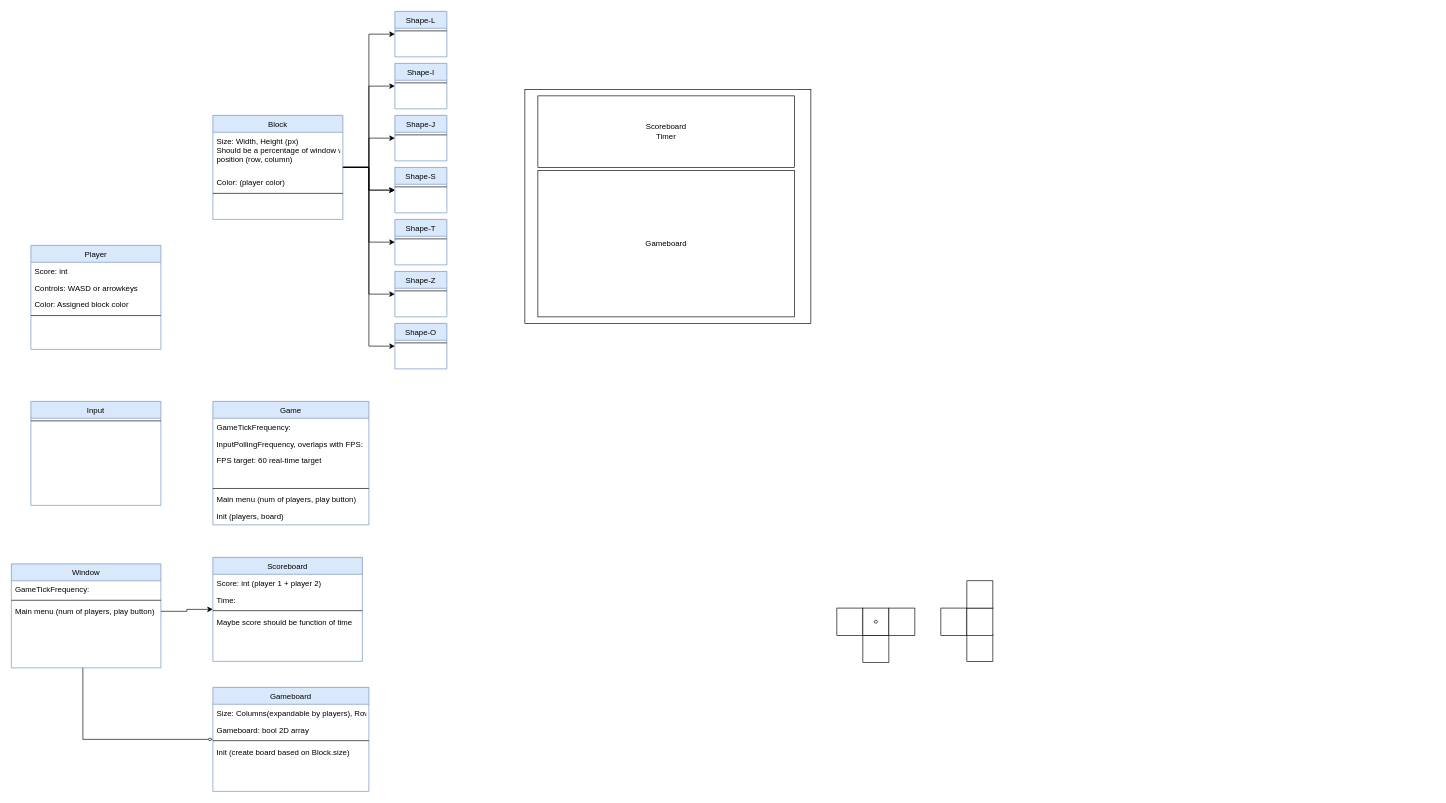
This is Concurrent Tetris Class Diagram.drawio from MennoScholten/RTS2_20220524, a draw.io file, before an edit. Source tidied: cells renumbered, new cells numbered last; positions are measured from the earlier drawing's top-left corner, leaving out a move shared by most shapes. Both pictures are drawn from the tidied source at 65%, with x=0, y=0 at pixel (11, 11).
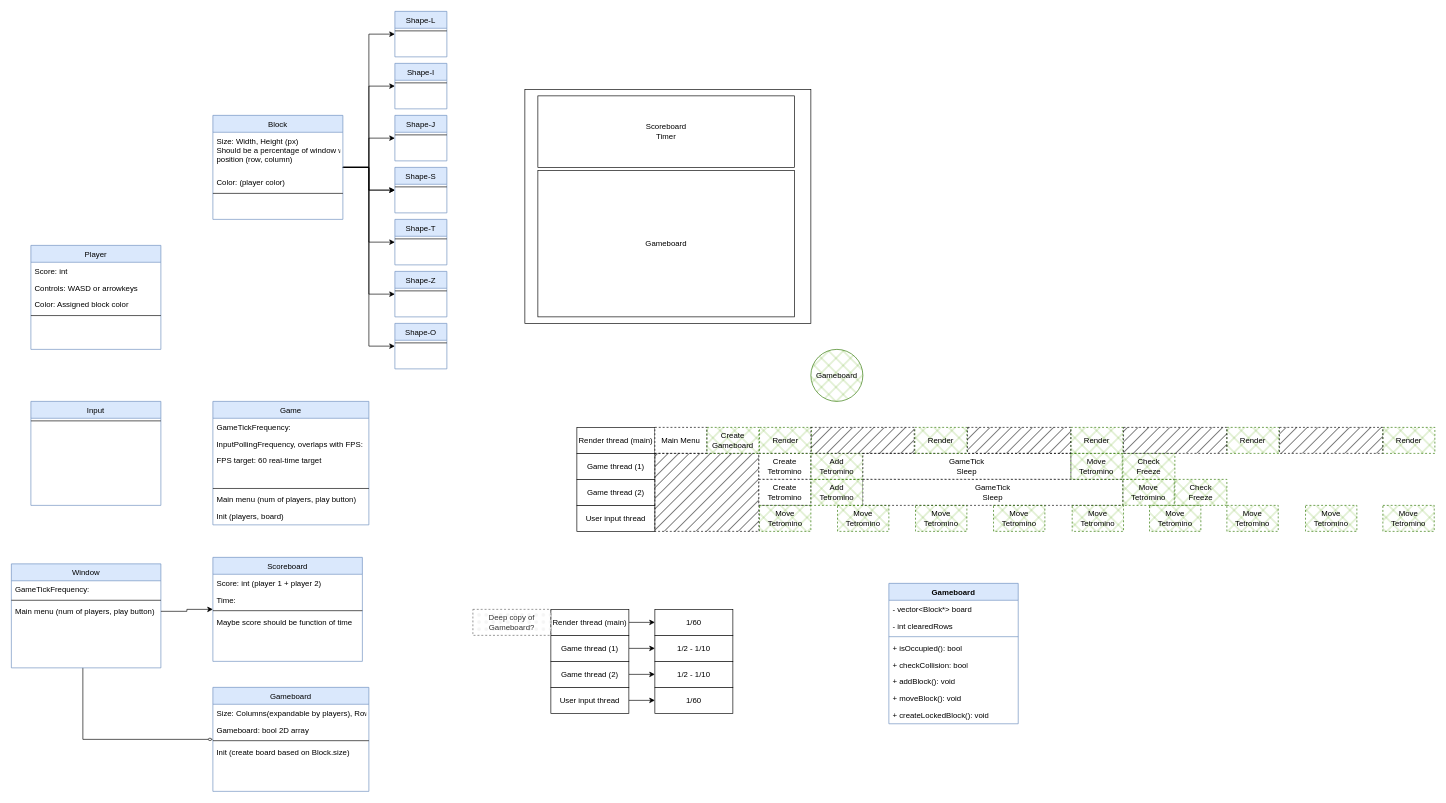
After the change.

Commit message (it also covers changes not shown here):
Moved Tetromino position update before rendering instead in a thread

The edit, as a diff of the source:
```diff
@@
-    <mxCell id="61" style="rounded=0;whiteSpace=wrap;html=1;" parent="1" vertex="1">
-      <mxGeometry x="1270" y="918" width="40" height="42" as="geometry" />
-    </mxCell>
-    <mxCell id="62" style="rounded=0;whiteSpace=wrap;html=1;" parent="1" vertex="1">
-      <mxGeometry x="1310" y="960" width="40" height="42" as="geometry" />
-    </mxCell>
-    <mxCell id="63" style="rounded=0;whiteSpace=wrap;html=1;" parent="1" vertex="1">
-      <mxGeometry x="1310" y="918" width="40" height="42" as="geometry" />
-    </mxCell>
-    <mxCell id="64" style="ellipse;whiteSpace=wrap;html=1;" parent="1" vertex="1">
-      <mxGeometry x="1327.5" y="936.8" width="5" height="4.5" as="geometry" />
-    </mxCell>
-    <mxCell id="65" style="rounded=0;whiteSpace=wrap;html=1;" parent="1" vertex="1">
-      <mxGeometry x="1350" y="918" width="40" height="42" as="geometry" />
-    </mxCell>
-    <mxCell id="66" style="rounded=0;whiteSpace=wrap;html=1;" parent="1" vertex="1">
-      <mxGeometry x="1430" y="918" width="40" height="42" as="geometry" />
-    </mxCell>
-    <mxCell id="67" style="rounded=0;whiteSpace=wrap;html=1;" parent="1" vertex="1">
-      <mxGeometry x="1470" y="958" width="40" height="42" as="geometry" />
-    </mxCell>
-    <mxCell id="68" style="rounded=0;whiteSpace=wrap;html=1;" parent="1" vertex="1">
-      <mxGeometry x="1470" y="918" width="40" height="42" as="geometry" />
-    </mxCell>
-    <mxCell id="69" style="rounded=0;whiteSpace=wrap;html=1;" parent="1" vertex="1">
-      <mxGeometry x="1470" y="876" width="40" height="42" as="geometry" />
-    </mxCell>
+    <mxCell id="70" value="Render thread (main)" style="rounded=0;whiteSpace=wrap;html=1;" parent="1" vertex="1">
+      <mxGeometry x="870" y="640" width="120" height="40" as="geometry" />
+    </mxCell>
+    <mxCell id="71" value="Game thread (1)" style="rounded=0;whiteSpace=wrap;html=1;" parent="1" vertex="1">
+      <mxGeometry x="870" y="680" width="120" height="40" as="geometry" />
+    </mxCell>
+    <mxCell id="72" value="Game thread (2)" style="rounded=0;whiteSpace=wrap;html=1;" parent="1" vertex="1">
+      <mxGeometry x="870" y="720" width="120" height="40" as="geometry" />
+    </mxCell>
+    <mxCell id="73" value="User input thread" style="rounded=0;whiteSpace=wrap;html=1;" parent="1" vertex="1">
+      <mxGeometry x="870" y="760" width="120" height="40" as="geometry" />
+    </mxCell>
+    <mxCell id="74" value="Gameboard" style="swimlane;fontStyle=1;align=center;verticalAlign=top;horizontal=1;startSize=26;whiteSpace=wrap;html=1;fillColor=#dae8fc;strokeColor=#6c8ebf;" parent="1" vertex="1">
+      <mxGeometry x="1350" y="880" width="199" height="216" as="geometry" />
+    </mxCell>
+    <mxCell id="75" value="- vector&amp;lt;Block*&amp;gt; board" style="text;strokeColor=none;fillColor=none;align=left;verticalAlign=top;spacingLeft=4;spacingRight=4;overflow=hidden;whiteSpace=wrap;html=1;" parent="74" vertex="1">
+      <mxGeometry y="26" width="199" height="26" as="geometry" />
+    </mxCell>
+    <mxCell id="76" value="- int clearedRows" style="text;strokeColor=none;fillColor=none;align=left;verticalAlign=top;spacingLeft=4;spacingRight=4;overflow=hidden;whiteSpace=wrap;html=1;" parent="74" vertex="1">
+      <mxGeometry y="52" width="199" height="26" as="geometry" />
+    </mxCell>
+    <mxCell id="77" style="line;strokeWidth=1;fillColor=none;align=left;verticalAlign=middle;spacingTop=-1;spacingLeft=3;spacingRight=3;labelPosition=right;strokeColor=inherit;" parent="74" vertex="1">
+      <mxGeometry y="78" width="199" height="8" as="geometry" />
+    </mxCell>
+    <mxCell id="78" value="+ isOccupied(): bool" style="text;strokeColor=none;fillColor=none;align=left;verticalAlign=top;spacingLeft=4;spacingRight=4;overflow=hidden;whiteSpace=wrap;html=1;" parent="74" vertex="1">
+      <mxGeometry y="86" width="199" height="26" as="geometry" />
+    </mxCell>
+    <mxCell id="79" value="+ checkCollision: bool" style="text;strokeColor=none;fillColor=none;align=left;verticalAlign=top;spacingLeft=4;spacingRight=4;overflow=hidden;whiteSpace=wrap;html=1;" parent="74" vertex="1">
+      <mxGeometry y="112" width="199" height="26" as="geometry" />
+    </mxCell>
+    <mxCell id="80" value="+ addBlock(): void" style="text;strokeColor=none;fillColor=none;align=left;verticalAlign=top;spacingLeft=4;spacingRight=4;overflow=hidden;whiteSpace=wrap;html=1;" parent="74" vertex="1">
+      <mxGeometry y="138" width="199" height="26" as="geometry" />
+    </mxCell>
+    <mxCell id="81" value="+ moveBlock(): void" style="text;strokeColor=none;fillColor=none;align=left;verticalAlign=top;spacingLeft=4;spacingRight=4;overflow=hidden;whiteSpace=wrap;html=1;" parent="74" vertex="1">
+      <mxGeometry y="164" width="199" height="26" as="geometry" />
+    </mxCell>
+    <mxCell id="82" value="+ createLockedBlock(): void" style="text;strokeColor=none;fillColor=none;align=left;verticalAlign=top;spacingLeft=4;spacingRight=4;overflow=hidden;whiteSpace=wrap;html=1;" parent="74" vertex="1">
+      <mxGeometry y="190" width="199" height="26" as="geometry" />
+    </mxCell>
+    <mxCell id="83" value="Main Menu" style="rounded=0;whiteSpace=wrap;html=1;dashed=1;" parent="1" vertex="1">
+      <mxGeometry x="990" y="640" width="80" height="40" as="geometry" />
+    </mxCell>
+    <mxCell id="84" style="rounded=0;whiteSpace=wrap;html=1;dashed=1;fillStyle=hatch;fillColor=#000000;gradientColor=none;" parent="1" vertex="1">
+      <mxGeometry x="990" y="680" width="160" height="120" as="geometry" />
+    </mxCell>
+    <mxCell id="85" value="Create&lt;br&gt;Tetromino" style="rounded=0;whiteSpace=wrap;html=1;dashed=1;" parent="1" vertex="1">
+      <mxGeometry x="1150" y="680" width="80" height="40" as="geometry" />
+    </mxCell>
+    <mxCell id="86" value="Create&lt;br&gt;Tetromino" style="rounded=0;whiteSpace=wrap;html=1;dashed=1;" parent="1" vertex="1">
+      <mxGeometry x="1150" y="720" width="80" height="40" as="geometry" />
+    </mxCell>
+    <mxCell id="87" value="Gameboard" style="ellipse;whiteSpace=wrap;html=1;fillColor=#60a917;strokeColor=#2D7600;fillStyle=cross-hatch;fontColor=default;" parent="1" vertex="1">
+      <mxGeometry x="1230" y="520" width="80" height="80" as="geometry" />
+    </mxCell>
+    <mxCell id="88" value="Add &lt;br&gt;Tetromino" style="rounded=0;whiteSpace=wrap;html=1;dashed=1;fillColor=#60a917;strokeColor=#2D7600;fillStyle=cross-hatch;fontColor=default;" parent="1" vertex="1">
+      <mxGeometry x="1230" y="680" width="80" height="40" as="geometry" />
+    </mxCell>
+    <mxCell id="89" value="Add &lt;br&gt;Tetromino" style="rounded=0;whiteSpace=wrap;html=1;dashed=1;fillColor=#60a917;strokeColor=#2D7600;fillStyle=cross-hatch;fontColor=default;" parent="1" vertex="1">
+      <mxGeometry x="1230" y="720" width="80" height="40" as="geometry" />
+    </mxCell>
+    <mxCell id="90" value="Create&lt;br&gt;Gameboard" style="rounded=0;whiteSpace=wrap;html=1;dashed=1;fillStyle=cross-hatch;fillColor=#60a917;strokeColor=#2D7600;fontColor=default;" parent="1" vertex="1">
+      <mxGeometry x="1070" y="640" width="80" height="40" as="geometry" />
+    </mxCell>
+    <mxCell id="91" value="GameTick&lt;br&gt;Sleep" style="rounded=0;whiteSpace=wrap;html=1;dashed=1;" parent="1" vertex="1">
+      <mxGeometry x="1310" y="680" width="320" height="40" as="geometry" />
+    </mxCell>
+    <mxCell id="92" value="GameTick&lt;br&gt;Sleep" style="rounded=0;whiteSpace=wrap;html=1;dashed=1;" parent="1" vertex="1">
+      <mxGeometry x="1310" y="720" width="400" height="40" as="geometry" />
+    </mxCell>
+    <mxCell id="93" value="Check&lt;br&gt;Freeze" style="rounded=0;whiteSpace=wrap;html=1;dashed=1;fillColor=#60a917;strokeColor=#2D7600;fillStyle=cross-hatch;fontColor=default;" parent="1" vertex="1">
+      <mxGeometry x="1710" y="680" width="80" height="40" as="geometry" />
+    </mxCell>
+    <mxCell id="94" value="Render" style="rounded=0;whiteSpace=wrap;html=1;dashed=1;fillStyle=cross-hatch;fillColor=#60a917;strokeColor=#2D7600;fontColor=default;" parent="1" vertex="1">
+      <mxGeometry x="1151" y="640" width="80" height="40" as="geometry" />
+    </mxCell>
+    <mxCell id="95" value="Render" style="rounded=0;whiteSpace=wrap;html=1;dashed=1;fillStyle=cross-hatch;fillColor=#60a917;strokeColor=#2D7600;fontColor=default;" parent="1" vertex="1">
+      <mxGeometry x="1390" y="640" width="80" height="40" as="geometry" />
+    </mxCell>
+    <mxCell id="96" value="Render" style="rounded=0;whiteSpace=wrap;html=1;dashed=1;fillStyle=cross-hatch;fillColor=#60a917;strokeColor=#2D7600;fontColor=default;" parent="1" vertex="1">
+      <mxGeometry x="1870" y="640" width="80" height="40" as="geometry" />
+    </mxCell>
+    <mxCell id="97" value="Render" style="rounded=0;whiteSpace=wrap;html=1;dashed=1;fillStyle=cross-hatch;fillColor=#60a917;strokeColor=#2D7600;fontColor=default;" parent="1" vertex="1">
+      <mxGeometry x="2110" y="640" width="80" height="40" as="geometry" />
+    </mxCell>
+    <mxCell id="98" value="Render" style="rounded=0;whiteSpace=wrap;html=1;dashed=1;fillStyle=cross-hatch;fillColor=#60a917;strokeColor=#2D7600;fontColor=default;" parent="1" vertex="1">
+      <mxGeometry x="1630" y="640" width="80" height="40" as="geometry" />
+    </mxCell>
+    <mxCell id="99" style="rounded=0;whiteSpace=wrap;html=1;dashed=1;fillStyle=hatch;fillColor=#000000;gradientColor=none;" parent="1" vertex="1">
+      <mxGeometry x="1230" y="640" width="159" height="40" as="geometry" />
+    </mxCell>
+    <mxCell id="100" style="rounded=0;whiteSpace=wrap;html=1;dashed=1;fillStyle=hatch;fillColor=#000000;gradientColor=none;" parent="1" vertex="1">
+      <mxGeometry x="1471" y="640" width="159" height="40" as="geometry" />
+    </mxCell>
+    <mxCell id="101" style="rounded=0;whiteSpace=wrap;html=1;dashed=1;fillStyle=hatch;fillColor=#000000;gradientColor=none;" parent="1" vertex="1">
+      <mxGeometry x="1711" y="640" width="159" height="40" as="geometry" />
+    </mxCell>
+    <mxCell id="102" style="rounded=0;whiteSpace=wrap;html=1;dashed=1;fillStyle=hatch;fillColor=#000000;gradientColor=none;" parent="1" vertex="1">
+      <mxGeometry x="1951" y="640" width="159" height="40" as="geometry" />
+    </mxCell>
+    <mxCell id="103" value="Move&lt;br&gt;Tetromino" style="rounded=0;whiteSpace=wrap;html=1;dashed=1;fillColor=#60a917;strokeColor=#2D7600;fillStyle=cross-hatch;fontColor=default;" parent="1" vertex="1">
+      <mxGeometry x="1151" y="760" width="79" height="40" as="geometry" />
+    </mxCell>
+    <mxCell id="104" value="Move&lt;br&gt;Tetromino" style="rounded=0;whiteSpace=wrap;html=1;dashed=1;fillColor=#60a917;strokeColor=#2D7600;fillStyle=cross-hatch;fontColor=default;" parent="1" vertex="1">
+      <mxGeometry x="1271" y="760" width="79" height="40" as="geometry" />
+    </mxCell>
+    <mxCell id="105" value="Move&lt;br&gt;Tetromino" style="rounded=0;whiteSpace=wrap;html=1;dashed=1;fillColor=#60a917;strokeColor=#2D7600;fillStyle=cross-hatch;fontColor=default;" parent="1" vertex="1">
+      <mxGeometry x="1391" y="760" width="79" height="40" as="geometry" />
+    </mxCell>
+    <mxCell id="106" value="Move&lt;br&gt;Tetromino" style="rounded=0;whiteSpace=wrap;html=1;dashed=1;fillColor=#60a917;strokeColor=#2D7600;fillStyle=cross-hatch;fontColor=default;" parent="1" vertex="1">
+      <mxGeometry x="1511" y="760" width="79" height="40" as="geometry" />
+    </mxCell>
+    <mxCell id="107" value="Move&lt;br&gt;Tetromino" style="rounded=0;whiteSpace=wrap;html=1;dashed=1;fillColor=#60a917;strokeColor=#2D7600;fillStyle=cross-hatch;fontColor=default;" parent="1" vertex="1">
+      <mxGeometry x="1632" y="760" width="79" height="40" as="geometry" />
+    </mxCell>
+    <mxCell id="108" value="Move&lt;br&gt;Tetromino" style="rounded=0;whiteSpace=wrap;html=1;dashed=1;fillColor=#60a917;strokeColor=#2D7600;fillStyle=cross-hatch;fontColor=default;" parent="1" vertex="1">
+      <mxGeometry x="1751" y="760" width="79" height="40" as="geometry" />
+    </mxCell>
+    <mxCell id="109" value="Move&lt;br&gt;Tetromino" style="rounded=0;whiteSpace=wrap;html=1;dashed=1;fillColor=#60a917;strokeColor=#2D7600;fillStyle=cross-hatch;fontColor=default;" parent="1" vertex="1">
+      <mxGeometry x="1870" y="760" width="79" height="40" as="geometry" />
+    </mxCell>
+    <mxCell id="110" value="Move&lt;br&gt;Tetromino" style="rounded=0;whiteSpace=wrap;html=1;dashed=1;fillColor=#60a917;strokeColor=#2D7600;fillStyle=cross-hatch;fontColor=default;" parent="1" vertex="1">
+      <mxGeometry x="1991" y="760" width="79" height="40" as="geometry" />
+    </mxCell>
+    <mxCell id="111" value="Move&lt;br&gt;Tetromino" style="rounded=0;whiteSpace=wrap;html=1;dashed=1;fillColor=#60a917;strokeColor=#2D7600;fillStyle=cross-hatch;fontColor=default;" parent="1" vertex="1">
+      <mxGeometry x="2110" y="760" width="79" height="40" as="geometry" />
+    </mxCell>
+    <mxCell id="112" value="Check&lt;br&gt;Freeze" style="rounded=0;whiteSpace=wrap;html=1;dashed=1;fillColor=#60a917;strokeColor=#2D7600;fillStyle=cross-hatch;fontColor=default;" parent="1" vertex="1">
+      <mxGeometry x="1790" y="720" width="80" height="40" as="geometry" />
+    </mxCell>
+    <mxCell id="113" value="Move&lt;br&gt;Tetromino" style="rounded=0;whiteSpace=wrap;html=1;dashed=1;fillColor=#60a917;strokeColor=#2D7600;fillStyle=cross-hatch;fontColor=default;" parent="1" vertex="1">
+      <mxGeometry x="1630" y="680" width="79" height="40" as="geometry" />
+    </mxCell>
+    <mxCell id="114" value="Move&lt;br&gt;Tetromino" style="rounded=0;whiteSpace=wrap;html=1;dashed=1;fillColor=#60a917;strokeColor=#2D7600;fillStyle=cross-hatch;fontColor=default;" parent="1" vertex="1">
+      <mxGeometry x="1710" y="720" width="79" height="40" as="geometry" />
+    </mxCell>
+    <mxCell id="115" style="edgeStyle=orthogonalEdgeStyle;rounded=0;jettySize=auto;html=1;" parent="1" edge="1" source="116" target="123">
+      <mxGeometry relative="1" as="geometry" />
+    </mxCell>
+    <mxCell id="116" value="Render thread (main)" style="rounded=0;whiteSpace=wrap;html=1;" parent="1" vertex="1">
+      <mxGeometry x="830" y="920" width="120" height="40" as="geometry" />
+    </mxCell>
+    <mxCell id="117" style="edgeStyle=orthogonalEdgeStyle;rounded=0;jettySize=auto;html=1;" parent="1" edge="1" source="118" target="124">
+      <mxGeometry relative="1" as="geometry" />
+    </mxCell>
+    <mxCell id="118" value="Game thread (1)" style="rounded=0;whiteSpace=wrap;html=1;" parent="1" vertex="1">
+      <mxGeometry x="830" y="960" width="120" height="40" as="geometry" />
+    </mxCell>
+    <mxCell id="119" style="edgeStyle=orthogonalEdgeStyle;rounded=0;jettySize=auto;html=1;" parent="1" edge="1" source="120" target="125">
+      <mxGeometry relative="1" as="geometry" />
+    </mxCell>
+    <mxCell id="120" value="Game thread (2)" style="rounded=0;whiteSpace=wrap;html=1;" parent="1" vertex="1">
+      <mxGeometry x="830" y="1000" width="120" height="40" as="geometry" />
+    </mxCell>
+    <mxCell id="121" style="edgeStyle=orthogonalEdgeStyle;rounded=0;jettySize=auto;html=1;" parent="1" edge="1" source="122" target="126">
+      <mxGeometry relative="1" as="geometry" />
+    </mxCell>
+    <mxCell id="122" value="User input thread" style="rounded=0;whiteSpace=wrap;html=1;" parent="1" vertex="1">
+      <mxGeometry x="830" y="1040" width="120" height="40" as="geometry" />
+    </mxCell>
+    <mxCell id="123" value="1/60" style="rounded=0;whiteSpace=wrap;html=1;" parent="1" vertex="1">
+      <mxGeometry x="990" y="920" width="120" height="40" as="geometry" />
+    </mxCell>
+    <mxCell id="124" value="1/2 - 1/10" style="rounded=0;whiteSpace=wrap;html=1;" parent="1" vertex="1">
+      <mxGeometry x="990" y="960" width="120" height="40" as="geometry" />
+    </mxCell>
+    <mxCell id="125" value="1/2 - 1/10" style="rounded=0;whiteSpace=wrap;html=1;" parent="1" vertex="1">
+      <mxGeometry x="990" y="1000" width="120" height="40" as="geometry" />
+    </mxCell>
+    <mxCell id="126" value="1/60" style="rounded=0;whiteSpace=wrap;html=1;" parent="1" vertex="1">
+      <mxGeometry x="990" y="1040" width="120" height="40" as="geometry" />
+    </mxCell>
+    <mxCell id="127" value="Deep copy of Gameboard?" style="rounded=0;whiteSpace=wrap;html=1;fillStyle=dots;fillColor=#f5f5f5;fontColor=#333333;strokeColor=#666666;dashed=1;" parent="1" vertex="1">
+      <mxGeometry x="710" y="920" width="120" height="40" as="geometry" />
+    </mxCell>
```
